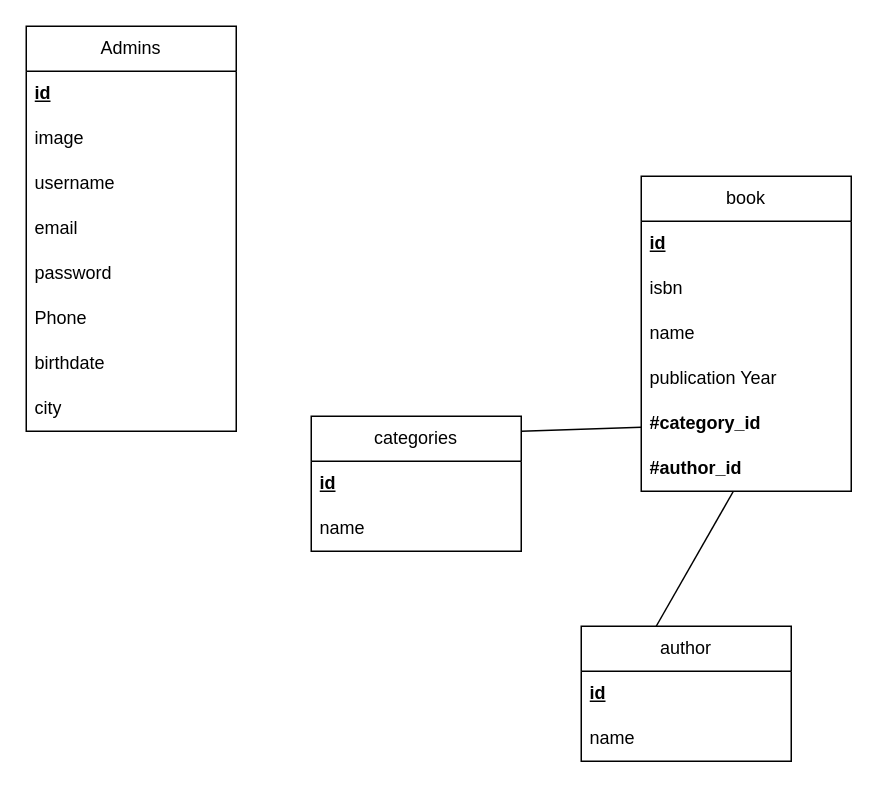
Above: assets/designs/merise/mld.drawio in Ayope/gestion-de-bibliotheque (draw.io), before the change. Source tidied: cells renumbered, new cells numbered last; positions are measured from the earlier drawing's top-left corner, leaving out a move shared by most shapes. Both pictures are drawn from the tidied source at 150%, with x=0, y=0 at pixel (26, 26).
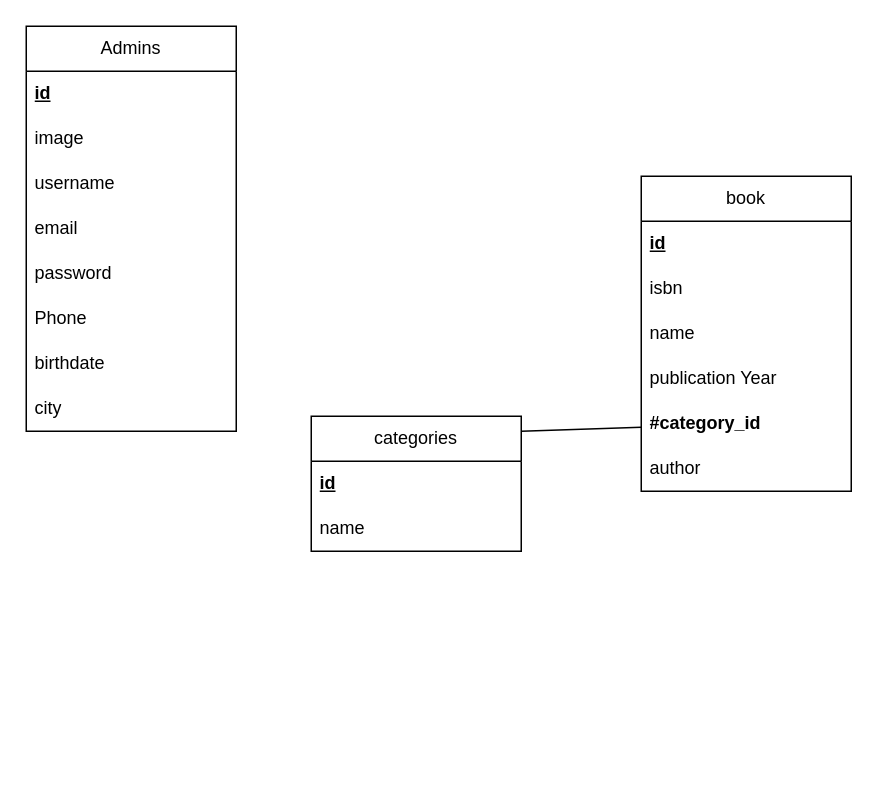
The same diagram, later.

The change refers to these unchanged cells:
```xml
<mxCell id="6" value="book" style="swimlane;fontStyle=0;horizontal=1;startSize=30;whiteSpace=wrap;html=1;" parent="1" vertex="1">
  <mxGeometry x="410" y="100" width="140" height="210" as="geometry" />
</mxCell>
```

Change to the diagram source:
```diff
@@
-    <mxCell id="12" value="&lt;b&gt;#author_id&lt;br&gt;&lt;/b&gt;" style="text;strokeColor=none;fillColor=none;align=left;verticalAlign=middle;spacingLeft=4;spacingRight=4;overflow=hidden;points=[[0,0.5],[1,0.5]];portConstraint=eastwest;whiteSpace=wrap;html=1;" parent="6" vertex="1">
+    <mxCell id="12" value="author" style="text;strokeColor=none;fillColor=none;align=left;verticalAlign=middle;spacingLeft=4;spacingRight=4;overflow=hidden;points=[[0,0.5],[1,0.5]];portConstraint=eastwest;whiteSpace=wrap;html=1;" parent="6" vertex="1">
       <mxGeometry y="180" width="140" height="30" as="geometry" />
     </mxCell>
-    <mxCell id="13" value="author" style="swimlane;fontStyle=0;horizontal=1;startSize=30;whiteSpace=wrap;html=1;" parent="1" vertex="1">
-      <mxGeometry x="370" y="400" width="140" height="90" as="geometry" />
-    </mxCell>
-    <mxCell id="14" value="&lt;b&gt;&lt;u&gt;id&lt;/u&gt;&lt;/b&gt;" style="text;strokeColor=none;fillColor=none;align=left;verticalAlign=middle;spacingLeft=4;spacingRight=4;overflow=hidden;whiteSpace=wrap;html=1;" parent="13" vertex="1">
-      <mxGeometry y="30" width="140" height="30" as="geometry" />
-    </mxCell>
-    <mxCell id="15" value="name" style="text;strokeColor=none;fillColor=none;align=left;verticalAlign=middle;spacingLeft=4;spacingRight=4;overflow=hidden;whiteSpace=wrap;html=1;" parent="13" vertex="1">
-      <mxGeometry y="60" width="140" height="30" as="geometry" />
-    </mxCell>
-    <mxCell id="16" style="rounded=0;jettySize=auto;html=1;exitX=0.357;exitY=0;exitDx=0;exitDy=0;exitPerimeter=0;endArrow=none;endFill=0;" parent="1" edge="1" source="13" target="12">
-      <mxGeometry relative="1" as="geometry" />
-    </mxCell>
```
